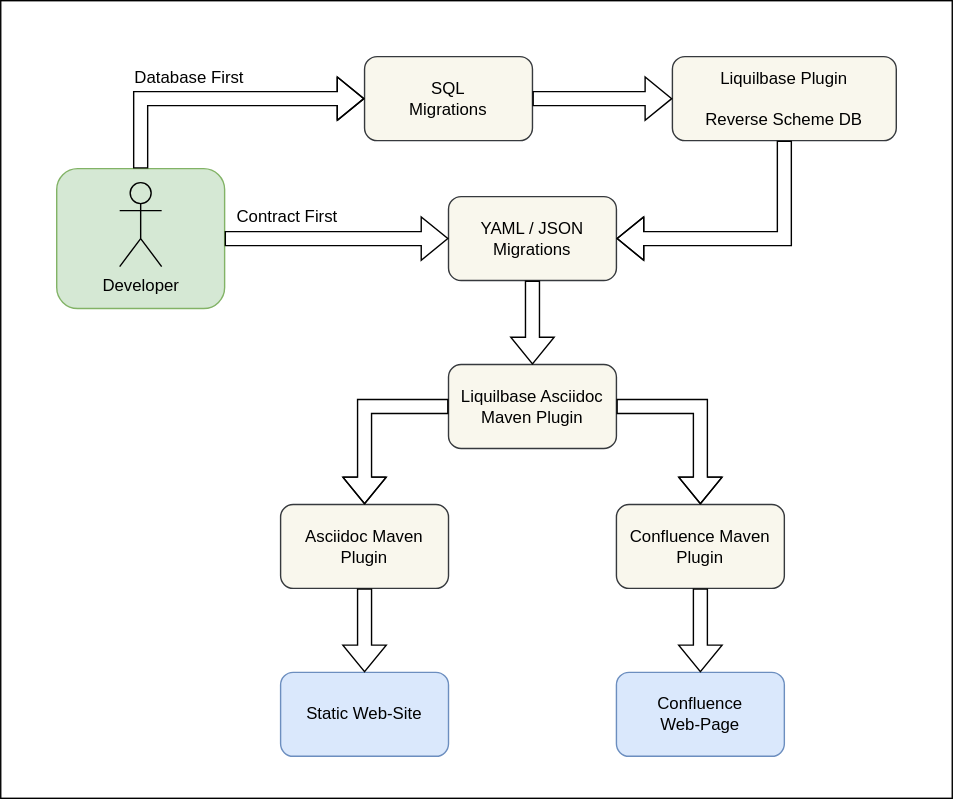
denis-volnenko/liquibase-asciidoc-maven-plugin keeps this draw.io diagram as doc/context-view.svg. Above is the earlier version. Source tidied: cells renumbered, new cells last; positions are measured from the earlier drawing's top-left corner, leaving out a move shared by most shapes.
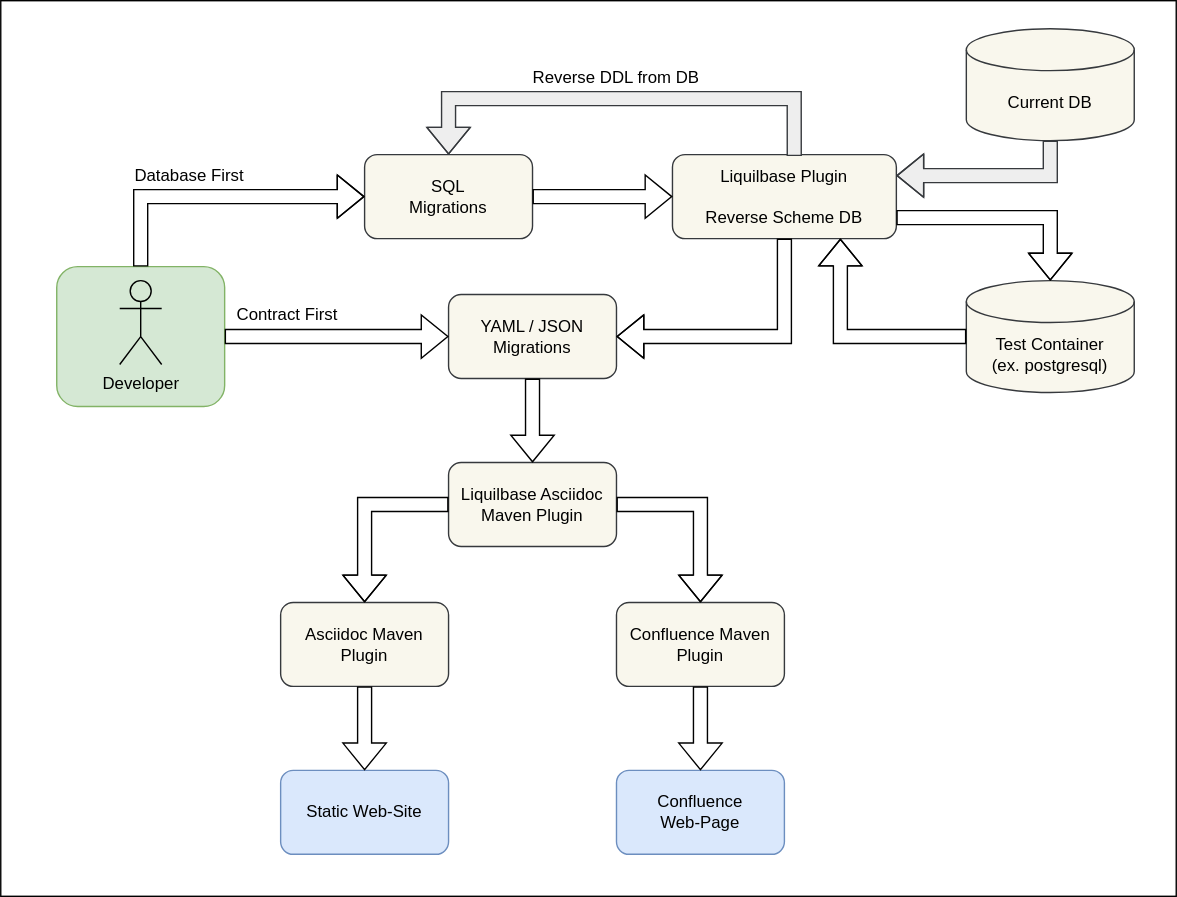
The same file after the commit.

The edit, as a diff of the source:
```diff
@@ -3,7 +3,7 @@
     <mxCell id="0" />
     <mxCell id="1" parent="0" />
     <mxCell id="2" style="rounded=0;whiteSpace=wrap;html=1;" parent="1" vertex="1">
-      <mxGeometry width="680" height="570" as="geometry" />
+      <mxGeometry y="-70" width="840" height="640" as="geometry" />
     </mxCell>
     <mxCell id="3" value="SQL&lt;br&gt;Migrations" style="rounded=1;whiteSpace=wrap;html=1;fillColor=#f9f7ed;strokeColor=#36393d;" parent="1" vertex="1">
       <mxGeometry x="260" y="40" width="120" height="60" as="geometry" />
@@ -74,6 +74,20 @@
     <mxCell id="21" style="shape=flexArrow;endArrow=classic;html=1;rounded=0;exitX=0.5;exitY=1;exitDx=0;exitDy=0;" parent="1" edge="1" source="16" target="20">
       <mxGeometry relative="1" as="geometry" />
     </mxCell>
+    <mxCell id="23" value="Developer" style="shape=umlActor;verticalLabelPosition=bottom;verticalAlign=top;html=1;fillColor=#D5E8D4;strokeColor=#000000;" parent="1" vertex="1">
+      <mxGeometry x="85" y="130" width="30" height="60" as="geometry" />
+    </mxCell>
+    <mxCell id="24" style="shape=flexArrow;endArrow=classic;html=1;rounded=0;exitX=0.544;exitY=0.017;exitDx=0;exitDy=0;exitPerimeter=0;entryX=0.5;entryY=0;entryDx=0;entryDy=0;fillColor=#eeeeee;strokeColor=#36393d;" parent="1" edge="1" source="5" target="3">
+      <mxGeometry relative="1" as="geometry">
+        <Array as="points">
+          <mxPoint x="567" />
+          <mxPoint x="320" />
+        </Array>
+      </mxGeometry>
+    </mxCell>
+    <mxCell id="25" value="Reverse DDL from DB" style="text;html=1;strokeColor=none;fillColor=none;align=center;verticalAlign=middle;whiteSpace=wrap;rounded=0;" parent="1" vertex="1">
+      <mxGeometry x="370" y="-30" width="140" height="30" as="geometry" />
+    </mxCell>
     <mxCell id="22" style="shape=flexArrow;endArrow=classic;html=1;rounded=0;exitX=0.5;exitY=1;exitDx=0;exitDy=0;entryX=1;entryY=0.5;entryDx=0;entryDy=0;" parent="1" edge="1" source="5" target="4">
       <mxGeometry relative="1" as="geometry">
         <Array as="points">
@@ -81,8 +95,32 @@
         </Array>
       </mxGeometry>
     </mxCell>
-    <mxCell id="23" value="Developer" style="shape=umlActor;verticalLabelPosition=bottom;verticalAlign=top;html=1;fillColor=#D5E8D4;strokeColor=#000000;" parent="1" vertex="1">
-      <mxGeometry x="85" y="130" width="30" height="60" as="geometry" />
-    </mxCell>
+    <mxCell id="26" value="Current DB" style="shape=cylinder3;whiteSpace=wrap;html=1;boundedLbl=1;backgroundOutline=1;size=15;strokeColor=#36393d;fillColor=#f9f7ed;" parent="1" vertex="1">
+      <mxGeometry x="690" y="-50" width="120" height="80" as="geometry" />
+    </mxCell>
+    <mxCell id="27" value="Test Container&lt;br&gt;(ex. postgresql)" style="shape=cylinder3;whiteSpace=wrap;html=1;boundedLbl=1;backgroundOutline=1;size=15;strokeColor=#36393d;fillColor=#f9f7ed;" parent="1" vertex="1">
+      <mxGeometry x="690" y="130" width="120" height="80" as="geometry" />
+    </mxCell>
+    <mxCell id="28" style="shape=flexArrow;endArrow=classic;html=1;rounded=0;exitX=1;exitY=0.75;exitDx=0;exitDy=0;entryX=0.5;entryY=0;entryDx=0;entryDy=0;entryPerimeter=0;" parent="1" edge="1" source="5" target="27">
+      <mxGeometry relative="1" as="geometry">
+        <Array as="points">
+          <mxPoint x="750" y="85" />
+        </Array>
+      </mxGeometry>
+    </mxCell>
+    <mxCell id="29" style="shape=flexArrow;endArrow=classic;html=1;rounded=0;exitX=0.5;exitY=1;exitDx=0;exitDy=0;exitPerimeter=0;entryX=1;entryY=0.25;entryDx=0;entryDy=0;fillColor=#eeeeee;strokeColor=#36393d;" parent="1" edge="1" source="26" target="5">
+      <mxGeometry relative="1" as="geometry">
+        <Array as="points">
+          <mxPoint x="750" y="55" />
+        </Array>
+      </mxGeometry>
+    </mxCell>
+    <mxCell id="30" style="shape=flexArrow;endArrow=classic;html=1;rounded=0;exitX=0;exitY=0.5;exitDx=0;exitDy=0;exitPerimeter=0;entryX=0.75;entryY=1;entryDx=0;entryDy=0;" parent="1" edge="1" source="27" target="5">
+      <mxGeometry relative="1" as="geometry">
+        <Array as="points">
+          <mxPoint x="600" y="170" />
+        </Array>
+      </mxGeometry>
+    </mxCell>
   </root>
 </mxGraphModel>
```
